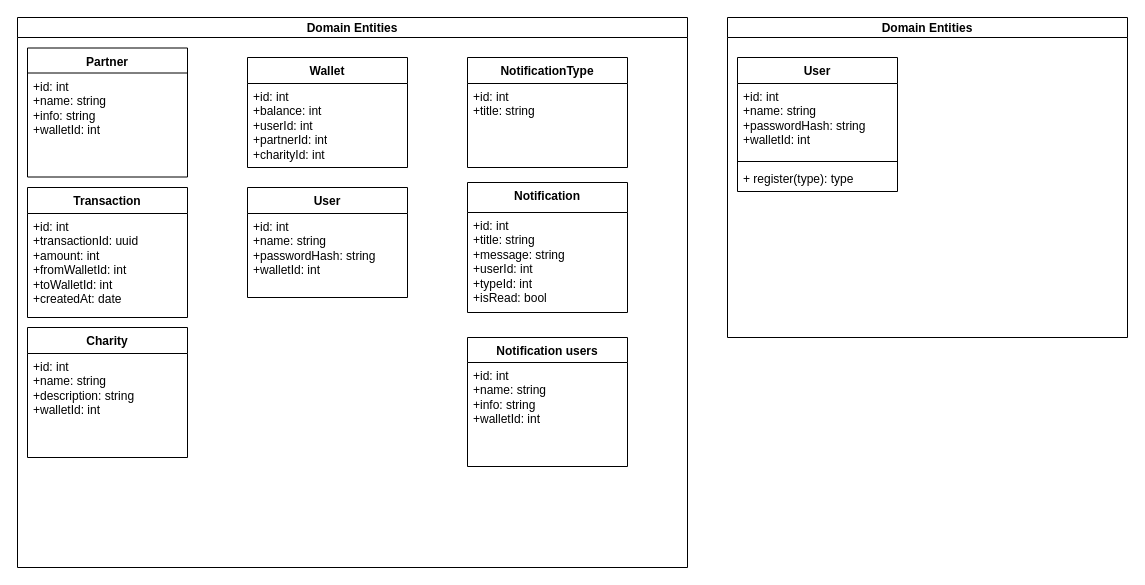
Earlier version of the draw.io diagram Untitled Diagram.drawio (rionthys/draw.io). Source tidied: cells renumbered, new cells numbered last; positions are measured from the earlier drawing's top-left corner, leaving out a move shared by most shapes. Both pictures are drawn from the tidied source at 100%, with x=0, y=0 at pixel (17, 17).
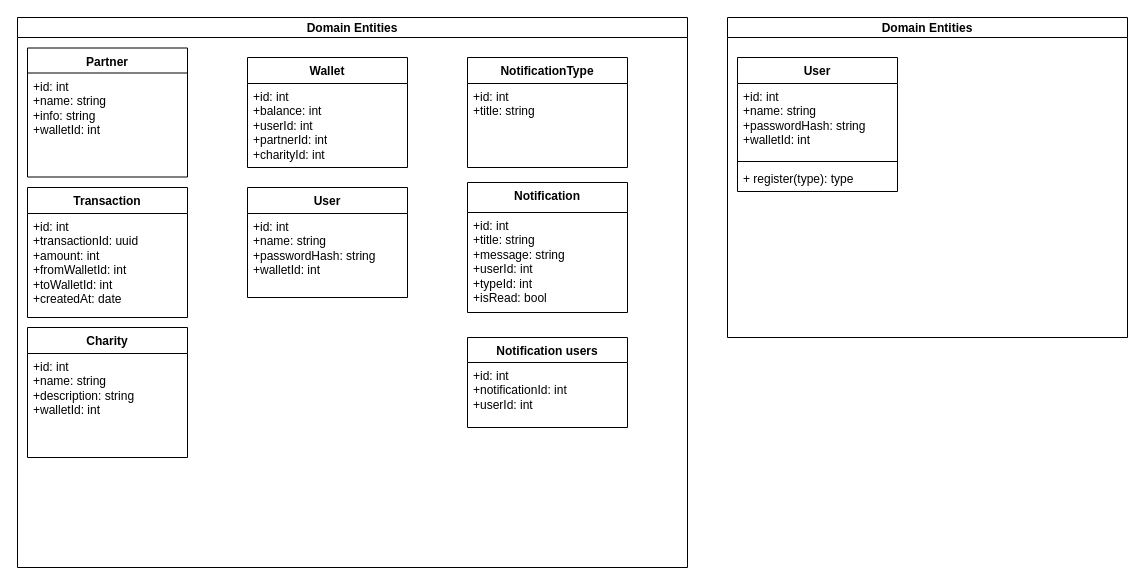
After the change.

The change refers to these unchanged cells:
```xml
<mxCell id="2" value="Domain Entities" style="swimlane;startSize=20;horizontal=1;containerType=tree;" parent="1" vertex="1">
  <mxGeometry width="670" height="550" as="geometry" />
</mxCell>
```

What changed in the source:
```diff
@@
     <mxCell id="17" value="Notification users" style="swimlane;fontStyle=1;align=center;verticalAlign=top;horizontal=1;startSize=25;whiteSpace=wrap;html=1;" parent="2" vertex="1">
-      <mxGeometry x="450" y="320" width="160" height="129" as="geometry" />
+      <mxGeometry x="450" y="320" width="160" height="90" as="geometry" />
     </mxCell>
-    <mxCell id="18" value="+id: int&lt;br&gt;&lt;div&gt;+name: string&lt;/div&gt;&lt;div&gt;+info: string&lt;br&gt;+walletId: int&lt;/div&gt;" style="text;strokeColor=none;fillColor=none;align=left;verticalAlign=top;spacingLeft=4;spacingRight=4;overflow=hidden;whiteSpace=wrap;html=1;" parent="17" vertex="1">
-      <mxGeometry y="25" width="160" height="104" as="geometry" />
+    <mxCell id="18" value="+id: int&lt;br&gt;&lt;div&gt;+notificationId: int&lt;/div&gt;&lt;div&gt;+userId: int&lt;/div&gt;" style="text;strokeColor=none;fillColor=none;align=left;verticalAlign=top;spacingLeft=4;spacingRight=4;overflow=hidden;whiteSpace=wrap;html=1;" parent="17" vertex="1">
+      <mxGeometry y="25" width="160" height="65" as="geometry" />
     </mxCell>
```
